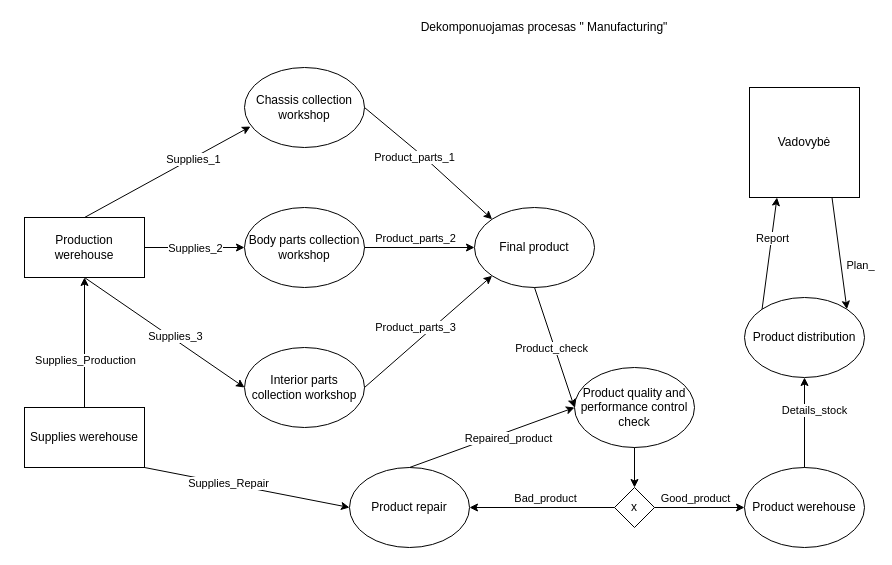
Above: Gamybos_išskirstymas.drawio in combatants7/Win (draw.io), before the change. Source tidied: cells renumbered, new cells numbered last; positions are measured from the earlier drawing's top-left corner, leaving out a move shared by most shapes. Both pictures are drawn from the tidied source at 100%, with x=0, y=0 at pixel (24, 17).
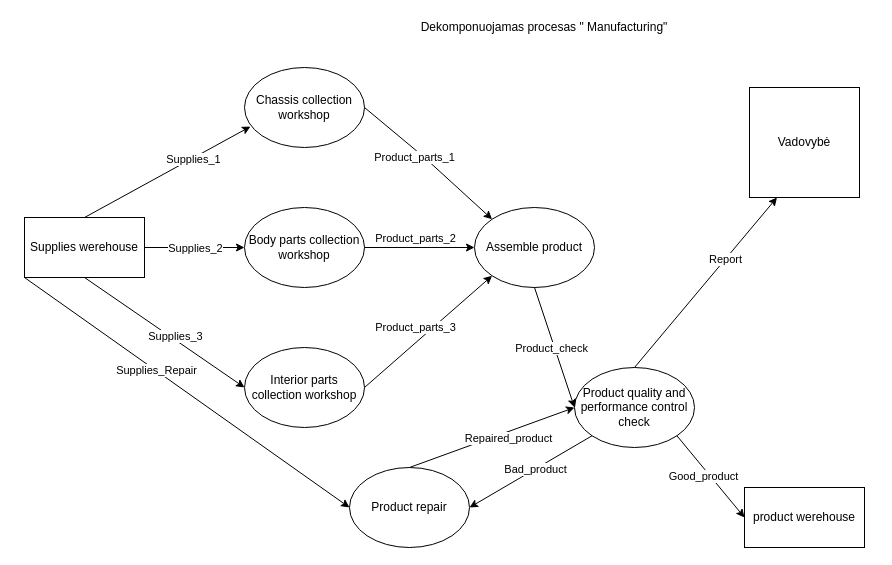
Above is the later version.

Unchanged cells that the change refers to:
```xml
<mxCell id="5" value="Product quality and performance control check" style="ellipse;whiteSpace=wrap;html=1;" parent="1" vertex="1">
  <mxGeometry x="550" y="350" width="120" height="80" as="geometry" />
</mxCell>
<mxCell id="6" value="Vadovybė" style="whiteSpace=wrap;html=1;" parent="1" vertex="1">
  <mxGeometry x="725" y="70" width="110" height="110" as="geometry" />
</mxCell>
<mxCell id="8" value="Chassis collection workshop" style="ellipse;whiteSpace=wrap;html=1;" parent="1" vertex="1">
  <mxGeometry x="220" y="50" width="120" height="80" as="geometry" />
</mxCell>
<mxCell id="9" value="Body parts collection workshop" style="ellipse;whiteSpace=wrap;html=1;" parent="1" vertex="1">
  <mxGeometry x="220" y="190" width="120" height="80" as="geometry" />
</mxCell>
<mxCell id="10" value="Interior parts collection workshop" style="ellipse;whiteSpace=wrap;html=1;" parent="1" vertex="1">
  <mxGeometry x="220" y="330" width="120" height="80" as="geometry" />
</mxCell>
<mxCell id="35" value="Product repair" style="ellipse;whiteSpace=wrap;html=1;" parent="1" vertex="1">
  <mxGeometry x="325" y="450" width="120" height="80" as="geometry" />
</mxCell>
```

Change to the diagram source:
```diff
@@
-    <mxCell id="2" value="Production werehouse" style="rounded=0;whiteSpace=wrap;html=1;" parent="1" vertex="1">
-      <mxGeometry y="200" width="120" height="60" as="geometry" />
-    </mxCell>
@@
     <mxCell id="4" value="Supplies werehouse" style="rounded=0;whiteSpace=wrap;html=1;" parent="1" vertex="1">
-      <mxGeometry y="390" width="120" height="60" as="geometry" />
+      <mxGeometry y="200" width="120" height="60" as="geometry" />
     </mxCell>
@@
-    <mxCell id="7" value="Product werehouse" style="ellipse;whiteSpace=wrap;html=1;" parent="1" vertex="1">
-      <mxGeometry x="720" y="450" width="120" height="80" as="geometry" />
-    </mxCell>
@@
-    <mxCell id="11" style="endArrow=classic;html=1;entryX=0.05;entryY=0.738;entryDx=0;entryDy=0;entryPerimeter=0;exitX=0.5;exitY=0;exitDx=0;exitDy=0;" parent="1" edge="1" source="2" target="8">
-      <mxGeometry relative="1" as="geometry" />
+    <mxCell id="11" style="endArrow=classic;html=1;entryX=0.05;entryY=0.738;entryDx=0;entryDy=0;entryPerimeter=0;exitX=0.5;exitY=0;exitDx=0;exitDy=0;" parent="1" edge="1" target="8">
+      <mxGeometry relative="1" as="geometry">
+        <mxPoint x="60" y="200" as="sourcePoint" />
+      </mxGeometry>
     </mxCell>
@@
-    <mxCell id="13" style="endArrow=classic;html=1;entryX=0;entryY=0.5;entryDx=0;entryDy=0;exitX=1;exitY=0.5;exitDx=0;exitDy=0;" parent="1" edge="1" source="2" target="9">
-      <mxGeometry relative="1" as="geometry" />
+    <mxCell id="13" style="endArrow=classic;html=1;entryX=0;entryY=0.5;entryDx=0;entryDy=0;exitX=1;exitY=0.5;exitDx=0;exitDy=0;" parent="1" edge="1" target="9">
+      <mxGeometry relative="1" as="geometry">
+        <mxPoint x="120" y="230" as="sourcePoint" />
+      </mxGeometry>
     </mxCell>
@@
-    <mxCell id="15" style="endArrow=classic;html=1;entryX=0;entryY=0.5;entryDx=0;entryDy=0;exitX=0.5;exitY=1;exitDx=0;exitDy=0;" parent="1" edge="1" source="2" target="10">
-      <mxGeometry relative="1" as="geometry" />
+    <mxCell id="15" style="endArrow=classic;html=1;entryX=0;entryY=0.5;entryDx=0;entryDy=0;exitX=0.5;exitY=1;exitDx=0;exitDy=0;" parent="1" edge="1" target="10">
+      <mxGeometry relative="1" as="geometry">
+        <mxPoint x="60" y="260" as="sourcePoint" />
+      </mxGeometry>
     </mxCell>
@@
-    <mxCell id="17" style="endArrow=classic;html=1;entryX=0.5;entryY=1;entryDx=0;entryDy=0;exitX=0.5;exitY=0;exitDx=0;exitDy=0;" parent="1" edge="1" source="7" target="19">
-      <mxGeometry relative="1" as="geometry" />
-    </mxCell>
-    <mxCell id="18" value="Details_stock" style="edgeLabel;html=1;align=center;verticalAlign=middle;" parent="17" vertex="1">
-      <mxGeometry x="0.28" y="-2" relative="1" as="geometry">
-        <mxPoint x="7.6" as="offset" />
-      </mxGeometry>
-    </mxCell>
-    <mxCell id="19" value="Product distribution" style="ellipse;whiteSpace=wrap;html=1;" parent="1" vertex="1">
-      <mxGeometry x="720" y="280" width="120" height="80" as="geometry" />
-    </mxCell>
-    <mxCell id="20" style="endArrow=classic;html=1;entryX=0.25;entryY=1;entryDx=0;entryDy=0;exitX=0;exitY=0;exitDx=0;exitDy=0;" parent="1" edge="1" source="19" target="6">
+    <mxCell id="20" style="endArrow=classic;html=1;entryX=0.25;entryY=1;entryDx=0;entryDy=0;exitX=0.5;exitY=0;exitDx=0;exitDy=0;" parent="1" edge="1" source="5" target="6">
       <mxGeometry relative="1" as="geometry" />
     </mxCell>
@@
-    <mxCell id="22" style="endArrow=classic;html=1;entryX=1;entryY=0;entryDx=0;entryDy=0;exitX=0.75;exitY=1;exitDx=0;exitDy=0;" parent="1" edge="1" source="6" target="19">
-      <mxGeometry relative="1" as="geometry" />
-    </mxCell>
-    <mxCell id="23" value="&lt;div&gt;Plan_&lt;/div&gt;" style="edgeLabel;html=1;align=center;verticalAlign=middle;" parent="22" vertex="1">
-      <mxGeometry x="-0.48" y="3" relative="1" as="geometry">
-        <mxPoint x="20.7" y="39.4" as="offset" />
-      </mxGeometry>
-    </mxCell>
-    <mxCell id="24" style="endArrow=classic;html=1;entryX=0.5;entryY=1;entryDx=0;entryDy=0;exitX=0.5;exitY=0;exitDx=0;exitDy=0;" parent="1" edge="1" source="4" target="2">
-      <mxGeometry relative="1" as="geometry" />
-    </mxCell>
-    <mxCell id="25" value="Supplies_Production" style="edgeLabel;html=1;align=center;verticalAlign=middle;" parent="24" vertex="1">
-      <mxGeometry x="0.24" y="2" relative="1" as="geometry">
-        <mxPoint x="2" y="33" as="offset" />
-      </mxGeometry>
-    </mxCell>
-    <mxCell id="26" value="Final product" style="ellipse;whiteSpace=wrap;html=1;" parent="1" vertex="1">
+    <mxCell id="26" value="Assemble product" style="ellipse;whiteSpace=wrap;html=1;" parent="1" vertex="1">
       <mxGeometry x="450" y="190" width="120" height="80" as="geometry" />
     </mxCell>
@@
-    <mxCell id="38" style="endArrow=classic;html=1;exitX=1;exitY=1;exitDx=0;exitDy=0;entryX=0;entryY=0.5;entryDx=0;entryDy=0;" parent="1" edge="1" source="4" target="35">
+    <mxCell id="38" style="endArrow=classic;html=1;entryX=0;entryY=0.5;entryDx=0;entryDy=0;exitX=0;exitY=1;exitDx=0;exitDy=0;" parent="1" edge="1" source="4" target="35">
       <mxGeometry relative="1" as="geometry" />
     </mxCell>
@@
-    <mxCell id="40" value="x" style="rhombus;whiteSpace=wrap;html=1;" parent="1" vertex="1">
-      <mxGeometry x="590" y="470" width="40" height="40" as="geometry" />
-    </mxCell>
-    <mxCell id="41" style="endArrow=classic;html=1;entryX=0.5;entryY=0;entryDx=0;entryDy=0;exitX=0.5;exitY=1;exitDx=0;exitDy=0;" parent="1" edge="1" source="5" target="40">
-      <mxGeometry relative="1" as="geometry" />
-    </mxCell>
-    <mxCell id="42" style="endArrow=classic;html=1;exitX=0;exitY=0.5;exitDx=0;exitDy=0;entryX=1;entryY=0.5;entryDx=0;entryDy=0;" parent="1" edge="1" source="40" target="35">
+    <mxCell id="42" style="endArrow=classic;html=1;exitX=0;exitY=1;exitDx=0;exitDy=0;entryX=1;entryY=0.5;entryDx=0;entryDy=0;" parent="1" edge="1" source="5" target="35">
       <mxGeometry relative="1" as="geometry" />
     </mxCell>
@@
-    <mxCell id="44" style="endArrow=classic;html=1;exitX=1;exitY=0.5;exitDx=0;exitDy=0;entryX=0;entryY=0.5;entryDx=0;entryDy=0;" parent="1" edge="1" source="40" target="7">
+    <mxCell id="44" style="endArrow=classic;html=1;exitX=1;exitY=1;exitDx=0;exitDy=0;entryX=0;entryY=0.5;entryDx=0;entryDy=0;" parent="1" edge="1" source="5" target="46">
       <mxGeometry relative="1" as="geometry" />
     </mxCell>
@@
+    <mxCell id="46" value="product werehouse" style="rounded=0;whiteSpace=wrap;html=1;" parent="1" vertex="1">
+      <mxGeometry x="720" y="470" width="120" height="60" as="geometry" />
+    </mxCell>
```
